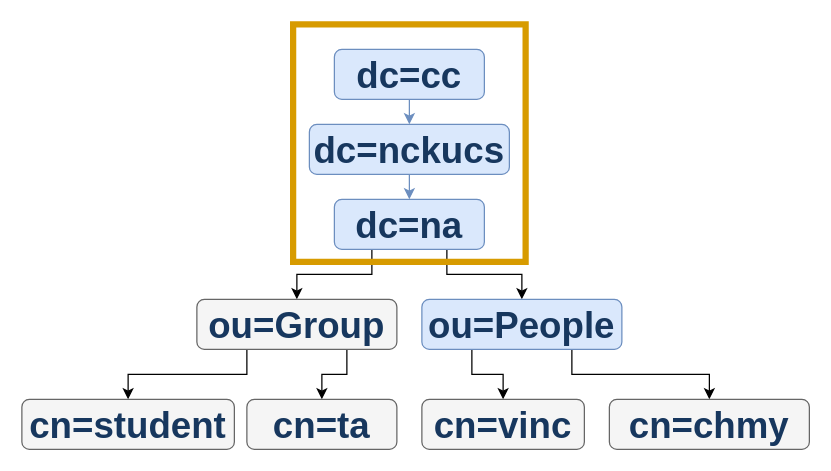
Above: NASA-graph/ldap/ldapsearch.drawio in Vincent550102/NASA-graph (draw.io), before the change. Source tidied: cells renumbered, new cells numbered last; positions are measured from the earlier drawing's top-left corner, leaving out a move shared by most shapes. Both pictures are drawn from the tidied source at 125%, with x=0, y=0 at pixel (21, 24).
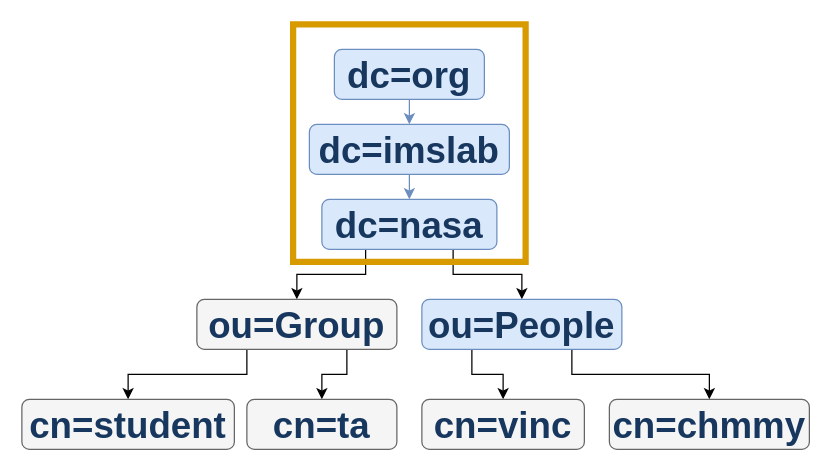
The same diagram, later.

What changed in the source:
```diff
@@
 <mxGraphModel>
   <root>
     <mxCell id="0" />
     <mxCell id="1" parent="0" />
     <mxCell id="2" style="edgeStyle=orthogonalEdgeStyle;rounded=0;jettySize=auto;html=1;exitX=0.5;exitY=1;exitDx=0;exitDy=0;entryX=0.5;entryY=0;entryDx=0;entryDy=0;fontSize=29;fillColor=#dae8fc;strokeColor=#6c8ebf;" parent="1" edge="1" source="3" target="5">
       <mxGeometry relative="1" as="geometry" />
     </mxCell>
-    <mxCell id="3" value="&lt;p style=&quot;line-height: normal; margin: 0pt 0in; text-indent: 0in; direction: ltr; unicode-bidi: embed; vertical-align: baseline; word-break: normal;&quot;&gt;&lt;span style=&quot;font-size: 22pt; font-family: Arial; font-variant-numeric: normal; font-variant-east-asian: normal; color: rgb(23, 55, 94); font-weight: bold;&quot;&gt;dc=cc&lt;/span&gt;&lt;/p&gt;" style="rounded=1;whiteSpace=wrap;html=1;fillColor=#dae8fc;strokeColor=#6c8ebf;" parent="1" vertex="1">
+    <mxCell id="3" value="&lt;p style=&quot;line-height: normal; margin: 0pt 0in; text-indent: 0in; direction: ltr; unicode-bidi: embed; vertical-align: baseline; word-break: normal;&quot;&gt;&lt;span style=&quot;font-size: 22pt; font-family: Arial; font-variant-numeric: normal; font-variant-east-asian: normal; color: rgb(23, 55, 94); font-weight: bold;&quot;&gt;dc=org&lt;/span&gt;&lt;/p&gt;" style="rounded=1;whiteSpace=wrap;html=1;fillColor=#dae8fc;strokeColor=#6c8ebf;" parent="1" vertex="1">
       <mxGeometry x="250" y="20" width="120" height="40" as="geometry" />
     </mxCell>
     <mxCell id="4" style="edgeStyle=orthogonalEdgeStyle;rounded=0;jettySize=auto;html=1;exitX=0.5;exitY=1;exitDx=0;exitDy=0;entryX=0.5;entryY=0;entryDx=0;entryDy=0;fontSize=29;fillColor=#dae8fc;strokeColor=#6c8ebf;" parent="1" edge="1" source="5" target="8">
       <mxGeometry relative="1" as="geometry" />
     </mxCell>
-    <mxCell id="5" value="&lt;p style=&quot;line-height: normal; margin: 0pt 0in; text-indent: 0in; direction: ltr; unicode-bidi: embed; vertical-align: baseline; word-break: normal;&quot;&gt;&lt;span style=&quot;font-size: 22pt; font-family: Arial; font-variant-numeric: normal; font-variant-east-asian: normal; color: rgb(23, 55, 94); font-weight: bold;&quot;&gt;d&lt;/span&gt;&lt;span style=&quot;font-size: 22pt; font-family: Arial; font-variant-numeric: normal; font-variant-east-asian: normal; color: rgb(23, 55, 94); font-weight: bold; vertical-align: baseline;&quot;&gt;c=&lt;/span&gt;&lt;span style=&quot;font-size: 22pt; font-family: Arial; font-variant-numeric: normal; font-variant-east-asian: normal; color: rgb(23, 55, 94); font-weight: bold; vertical-align: baseline;&quot;&gt;nckucs&lt;/span&gt;&lt;/p&gt;" style="rounded=1;whiteSpace=wrap;html=1;fillColor=#dae8fc;strokeColor=#6c8ebf;" parent="1" vertex="1">
+    <mxCell id="5" value="&lt;p style=&quot;line-height: normal; margin: 0pt 0in; text-indent: 0in; direction: ltr; unicode-bidi: embed; vertical-align: baseline; word-break: normal;&quot;&gt;&lt;span style=&quot;font-size: 22pt; font-family: Arial; font-variant-numeric: normal; font-variant-east-asian: normal; color: rgb(23, 55, 94); font-weight: bold;&quot;&gt;d&lt;/span&gt;&lt;span style=&quot;font-size: 22pt; font-family: Arial; font-variant-numeric: normal; font-variant-east-asian: normal; color: rgb(23, 55, 94); font-weight: bold; vertical-align: baseline;&quot;&gt;c=imslab&lt;/span&gt;&lt;/p&gt;" style="rounded=1;whiteSpace=wrap;html=1;fillColor=#dae8fc;strokeColor=#6c8ebf;" parent="1" vertex="1">
       <mxGeometry x="230" y="80" width="160" height="40" as="geometry" />
     </mxCell>
     <mxCell id="6" style="edgeStyle=orthogonalEdgeStyle;rounded=0;jettySize=auto;html=1;exitX=0.25;exitY=1;exitDx=0;exitDy=0;entryX=0.5;entryY=0;entryDx=0;entryDy=0;fontSize=29;" parent="1" edge="1" source="8" target="11">
       <mxGeometry relative="1" as="geometry" />
     </mxCell>
     <mxCell id="7" style="edgeStyle=orthogonalEdgeStyle;rounded=0;jettySize=auto;html=1;exitX=0.75;exitY=1;exitDx=0;exitDy=0;entryX=0.5;entryY=0;entryDx=0;entryDy=0;fontSize=29;" parent="1" edge="1" source="8" target="14">
       <mxGeometry relative="1" as="geometry" />
     </mxCell>
-    <mxCell id="8" value="&lt;p style=&quot;line-height: normal; margin: 0pt 0in; text-indent: 0in; direction: ltr; unicode-bidi: embed; vertical-align: baseline; word-break: normal;&quot;&gt;&lt;span style=&quot;font-size: 22pt; font-family: Arial; font-variant-numeric: normal; font-variant-east-asian: normal; color: rgb(23, 55, 94); font-weight: bold;&quot;&gt;dc=&lt;/span&gt;&lt;span style=&quot;font-size: 22pt; font-family: Arial; font-variant-numeric: normal; font-variant-east-asian: normal; color: rgb(23, 55, 94); font-weight: bold;&quot;&gt;na&lt;/span&gt;&lt;/p&gt;" style="rounded=1;whiteSpace=wrap;html=1;fillColor=#dae8fc;strokeColor=#6c8ebf;" parent="1" vertex="1">
-      <mxGeometry x="250" y="140" width="120" height="40" as="geometry" />
+    <mxCell id="8" value="&lt;p style=&quot;line-height: normal; margin: 0pt 0in; text-indent: 0in; direction: ltr; unicode-bidi: embed; vertical-align: baseline; word-break: normal;&quot;&gt;&lt;span style=&quot;font-size: 22pt; font-family: Arial; font-variant-numeric: normal; font-variant-east-asian: normal; color: rgb(23, 55, 94); font-weight: bold;&quot;&gt;dc=&lt;/span&gt;&lt;span style=&quot;font-size: 22pt; font-family: Arial; font-variant-numeric: normal; font-variant-east-asian: normal; color: rgb(23, 55, 94); font-weight: bold;&quot;&gt;nasa&lt;/span&gt;&lt;/p&gt;" style="rounded=1;whiteSpace=wrap;html=1;fillColor=#dae8fc;strokeColor=#6c8ebf;" parent="1" vertex="1">
+      <mxGeometry x="240" y="140" width="140" height="40" as="geometry" />
     </mxCell>
     <mxCell id="9" style="edgeStyle=orthogonalEdgeStyle;rounded=0;jettySize=auto;html=1;exitX=0.25;exitY=1;exitDx=0;exitDy=0;entryX=0.5;entryY=0;entryDx=0;entryDy=0;fontSize=29;" parent="1" edge="1" source="11" target="15">
       <mxGeometry relative="1" as="geometry" />
     </mxCell>
     <mxCell id="10" style="edgeStyle=orthogonalEdgeStyle;rounded=0;jettySize=auto;html=1;exitX=0.75;exitY=1;exitDx=0;exitDy=0;entryX=0.5;entryY=0;entryDx=0;entryDy=0;fontSize=29;" parent="1" edge="1" source="11" target="16">
       <mxGeometry relative="1" as="geometry" />
     </mxCell>
     <mxCell id="11" value="&lt;p style=&quot;line-height: normal; margin: 0pt 0in; text-indent: 0in; direction: ltr; unicode-bidi: embed; vertical-align: baseline; word-break: normal;&quot;&gt;&lt;span style=&quot;font-size: 22pt; font-family: Arial; font-variant-numeric: normal; font-variant-east-asian: normal; color: rgb(23, 55, 94); font-weight: bold;&quot;&gt;o&lt;/span&gt;&lt;span style=&quot;font-size: 22pt; font-family: Arial; font-variant-numeric: normal; font-variant-east-asian: normal; color: rgb(23, 55, 94); font-weight: bold; vertical-align: baseline;&quot;&gt;u&lt;/span&gt;&lt;span style=&quot;font-size: 22pt; font-family: Arial; font-variant-numeric: normal; font-variant-east-asian: normal; color: rgb(23, 55, 94); font-weight: bold; vertical-align: baseline;&quot;&gt;=&lt;/span&gt;&lt;span style=&quot;font-size: 22pt; font-family: Arial; font-variant-numeric: normal; font-variant-east-asian: normal; color: rgb(23, 55, 94); font-weight: bold;&quot;&gt;Group&lt;/span&gt;&lt;/p&gt;" style="rounded=1;whiteSpace=wrap;html=1;fillColor=#f5f5f5;fontColor=#333333;strokeColor=#666666;" parent="1" vertex="1">
       <mxGeometry x="140" y="220" width="160" height="40" as="geometry" />
     </mxCell>
     <mxCell id="12" style="edgeStyle=orthogonalEdgeStyle;rounded=0;jettySize=auto;html=1;exitX=0.25;exitY=1;exitDx=0;exitDy=0;fontSize=29;" parent="1" edge="1" source="14" target="17">
       <mxGeometry relative="1" as="geometry" />
     </mxCell>
     <mxCell id="13" style="edgeStyle=orthogonalEdgeStyle;rounded=0;jettySize=auto;html=1;exitX=0.75;exitY=1;exitDx=0;exitDy=0;entryX=0.5;entryY=0;entryDx=0;entryDy=0;fontSize=29;" parent="1" edge="1" source="14" target="18">
       <mxGeometry relative="1" as="geometry" />
     </mxCell>
     <mxCell id="14" value="&lt;p style=&quot;line-height: normal; margin: 0pt 0in; text-indent: 0in; direction: ltr; unicode-bidi: embed; vertical-align: baseline; word-break: normal;&quot;&gt;&lt;span style=&quot;font-size: 22pt; font-family: Arial; font-variant-numeric: normal; font-variant-east-asian: normal; color: rgb(23, 55, 94); font-weight: bold;&quot;&gt;o&lt;/span&gt;&lt;span style=&quot;font-size: 22pt; font-family: Arial; font-variant-numeric: normal; font-variant-east-asian: normal; color: rgb(23, 55, 94); font-weight: bold; vertical-align: baseline;&quot;&gt;u&lt;/span&gt;&lt;span style=&quot;font-size: 22pt; font-family: Arial; font-variant-numeric: normal; font-variant-east-asian: normal; color: rgb(23, 55, 94); font-weight: bold; vertical-align: baseline;&quot;&gt;=&lt;/span&gt;&lt;span style=&quot;font-size: 22pt; font-family: Arial; font-variant-numeric: normal; font-variant-east-asian: normal; color: rgb(23, 55, 94); font-weight: bold;&quot;&gt;People&lt;/span&gt;&lt;/p&gt;" style="rounded=1;whiteSpace=wrap;html=1;fillColor=#dae8fc;strokeColor=#6c8ebf;" parent="1" vertex="1">
       <mxGeometry x="320" y="220" width="160" height="40" as="geometry" />
     </mxCell>
     <mxCell id="15" value="&lt;p style=&quot;line-height: normal; margin: 0pt 0in; text-indent: 0in; direction: ltr; unicode-bidi: embed; vertical-align: baseline; word-break: normal;&quot;&gt;&lt;span style=&quot;font-size: 22pt; font-family: Arial; font-variant-numeric: normal; font-variant-east-asian: normal; color: rgb(23, 55, 94); font-weight: bold;&quot;&gt;cn&lt;/span&gt;&lt;span style=&quot;font-size: 22pt; font-family: Arial; font-variant-numeric: normal; font-variant-east-asian: normal; color: rgb(23, 55, 94); font-weight: bold; vertical-align: baseline;&quot;&gt;=student&lt;/span&gt;&lt;/p&gt;" style="rounded=1;whiteSpace=wrap;html=1;fillColor=#f5f5f5;fontColor=#333333;strokeColor=#666666;" parent="1" vertex="1">
       <mxGeometry y="300" width="170" height="40" as="geometry" />
     </mxCell>
     <mxCell id="16" value="&lt;p style=&quot;line-height: normal; margin: 0pt 0in; text-indent: 0in; direction: ltr; unicode-bidi: embed; vertical-align: baseline; word-break: normal;&quot;&gt;&lt;span style=&quot;font-size: 22pt; font-family: Arial; font-variant-numeric: normal; font-variant-east-asian: normal; color: rgb(23, 55, 94); font-weight: bold;&quot;&gt;cn&lt;/span&gt;&lt;span style=&quot;font-size: 22pt; font-family: Arial; font-variant-numeric: normal; font-variant-east-asian: normal; color: rgb(23, 55, 94); font-weight: bold; vertical-align: baseline;&quot;&gt;=ta&lt;/span&gt;&lt;/p&gt;" style="rounded=1;whiteSpace=wrap;html=1;fillColor=#f5f5f5;fontColor=#333333;strokeColor=#666666;" parent="1" vertex="1">
       <mxGeometry x="180" y="300" width="120" height="40" as="geometry" />
     </mxCell>
     <mxCell id="17" value="&lt;p style=&quot;line-height: normal; margin: 0pt 0in; text-indent: 0in; direction: ltr; unicode-bidi: embed; vertical-align: baseline; word-break: normal;&quot;&gt;&lt;span style=&quot;font-size: 22pt; font-family: Arial; font-variant-numeric: normal; font-variant-east-asian: normal; color: rgb(23, 55, 94); font-weight: bold;&quot;&gt;cn&lt;/span&gt;&lt;span style=&quot;font-size: 22pt; font-family: Arial; font-variant-numeric: normal; font-variant-east-asian: normal; color: rgb(23, 55, 94); font-weight: bold; vertical-align: baseline;&quot;&gt;=&lt;/span&gt;&lt;span style=&quot;font-size: 22pt; font-family: Arial; font-variant-numeric: normal; font-variant-east-asian: normal; color: rgb(23, 55, 94); font-weight: bold; vertical-align: baseline;&quot;&gt;vinc&lt;/span&gt;&lt;/p&gt;" style="rounded=1;whiteSpace=wrap;html=1;fillColor=#f5f5f5;fontColor=#333333;strokeColor=#666666;" parent="1" vertex="1">
       <mxGeometry x="320" y="300" width="130" height="40" as="geometry" />
     </mxCell>
-    <mxCell id="18" value="&lt;p style=&quot;line-height: normal; margin: 0pt 0in; text-indent: 0in; direction: ltr; unicode-bidi: embed; vertical-align: baseline; word-break: normal;&quot;&gt;&lt;span style=&quot;font-size: 22pt; font-family: Arial; font-variant-numeric: normal; font-variant-east-asian: normal; color: rgb(23, 55, 94); font-weight: bold;&quot;&gt;cn&lt;/span&gt;&lt;span style=&quot;font-size: 22pt; font-family: Arial; font-variant-numeric: normal; font-variant-east-asian: normal; color: rgb(23, 55, 94); font-weight: bold; vertical-align: baseline;&quot;&gt;=&lt;/span&gt;&lt;span style=&quot;font-size: 22pt; font-family: Arial; font-variant-numeric: normal; font-variant-east-asian: normal; color: rgb(23, 55, 94); font-weight: bold; vertical-align: baseline;&quot;&gt;chmy&lt;/span&gt;&lt;/p&gt;" style="rounded=1;whiteSpace=wrap;html=1;fillColor=#f5f5f5;fontColor=#333333;strokeColor=#666666;" parent="1" vertex="1">
+    <mxCell id="18" value="&lt;p style=&quot;line-height: normal; margin: 0pt 0in; text-indent: 0in; direction: ltr; unicode-bidi: embed; vertical-align: baseline; word-break: normal;&quot;&gt;&lt;span style=&quot;font-size: 22pt; font-family: Arial; font-variant-numeric: normal; font-variant-east-asian: normal; color: rgb(23, 55, 94); font-weight: bold;&quot;&gt;cn&lt;/span&gt;&lt;span style=&quot;font-size: 22pt; font-family: Arial; font-variant-numeric: normal; font-variant-east-asian: normal; color: rgb(23, 55, 94); font-weight: bold; vertical-align: baseline;&quot;&gt;=&lt;/span&gt;&lt;span style=&quot;font-size: 22pt; font-family: Arial; font-variant-numeric: normal; font-variant-east-asian: normal; color: rgb(23, 55, 94); font-weight: bold; vertical-align: baseline;&quot;&gt;chmmy&lt;/span&gt;&lt;/p&gt;" style="rounded=1;whiteSpace=wrap;html=1;fillColor=#f5f5f5;fontColor=#333333;strokeColor=#666666;" parent="1" vertex="1">
       <mxGeometry x="470" y="300" width="160" height="40" as="geometry" />
     </mxCell>
     <mxCell id="19" style="rounded=0;whiteSpace=wrap;html=1;fillColor=none;strokeColor=#d79b00;strokeWidth=5;" parent="1" vertex="1">
       <mxGeometry x="217" width="186" height="190" as="geometry" />
     </mxCell>
   </root>
 </mxGraphModel>
```
